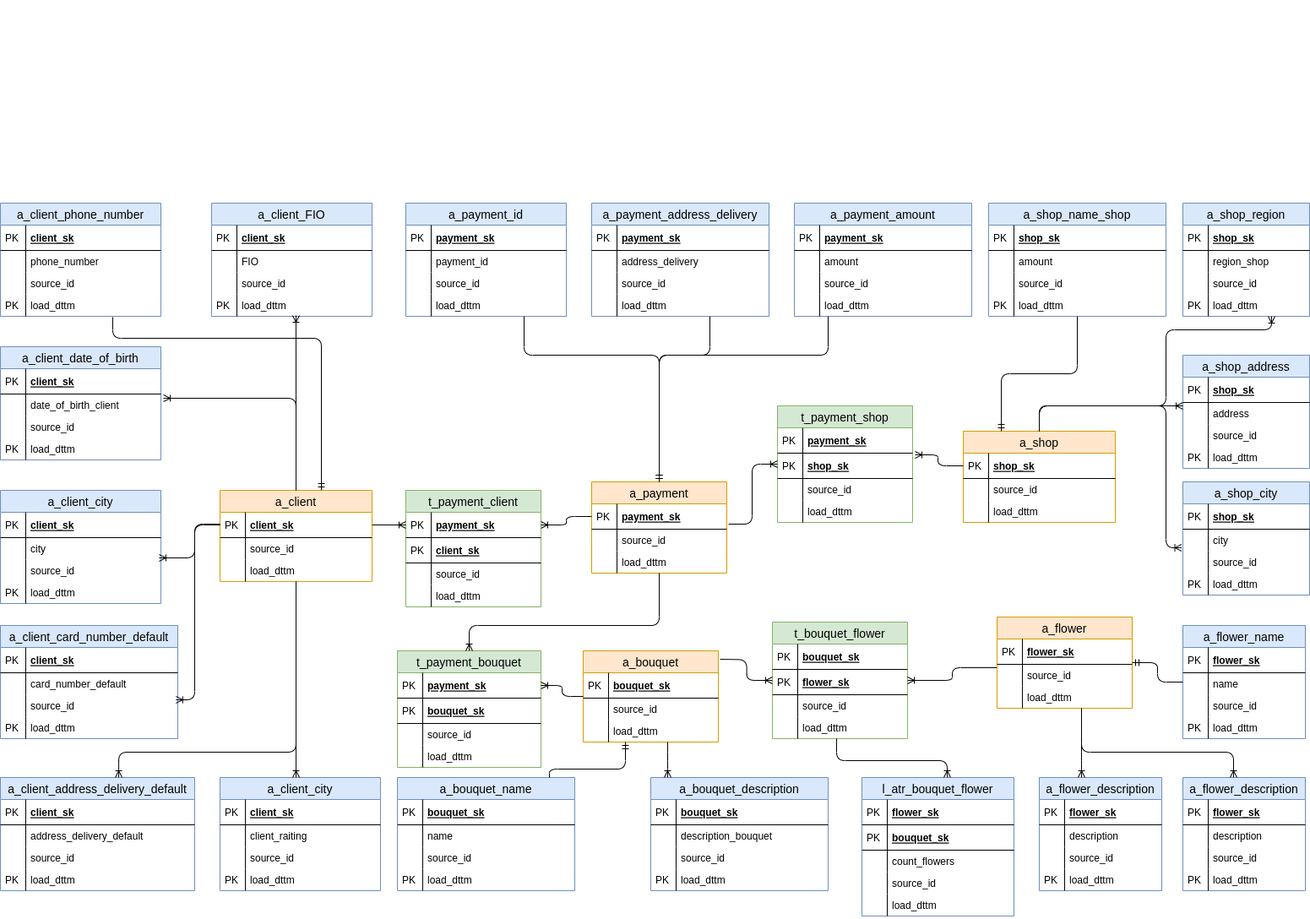
Earlier version of the draw.io export доставка цветов-Anchor modeling.drawio.png (PPPirogov/Karpov_course). Source tidied: cells renumbered, new cells last; positions are measured from the earlier drawing's top-left corner, leaving out a move shared by most shapes.
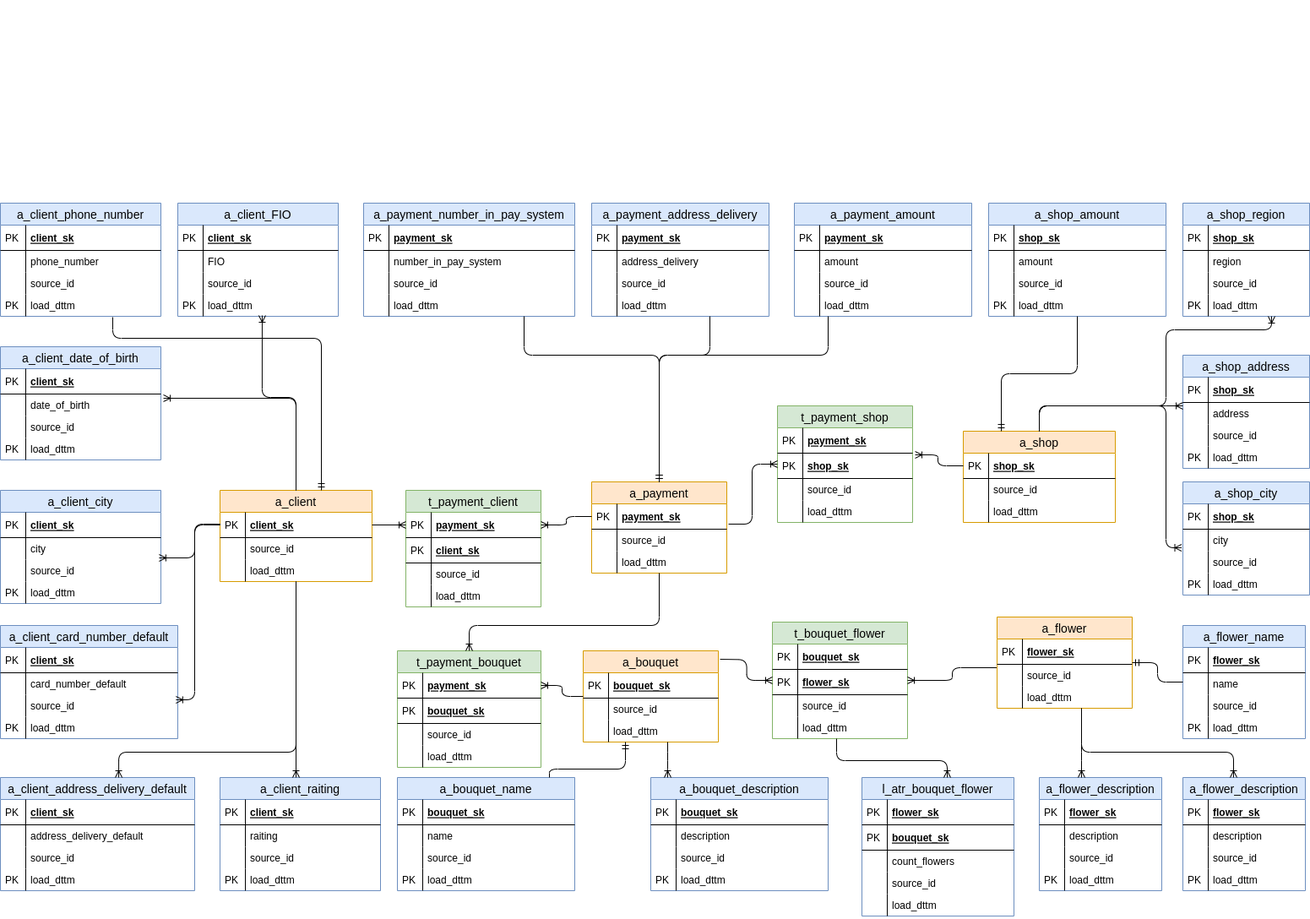
Later version of the same file.

Change to the diagram source:
```diff
@@ -51,7 +51,7 @@
       <mxGeometry width="30" height="26" as="geometry" />
     </mxCell>
     <mxCell id="18" value="a_client_FIO" style="swimlane;fontStyle=0;horizontal=1;startSize=26;fillColor=#dae8fc;swimlaneFillColor=#ffffff;align=center;fontSize=14;strokeColor=#6c8ebf;" parent="1" vertex="1">
-      <mxGeometry x="250" y="240" width="190" height="134" as="geometry" />
+      <mxGeometry x="210" y="240" width="190" height="134" as="geometry" />
     </mxCell>
     <mxCell id="19" value="client_sk" style="shape=partialRectangle;top=0;left=0;right=0;bottom=1;align=left;verticalAlign=middle;fillColor=none;spacingLeft=34;spacingRight=4;overflow=hidden;fontStyle=5;fontSize=12;" parent="18" vertex="1">
       <mxGeometry y="26" width="190" height="30" as="geometry" />
@@ -86,7 +86,7 @@
     <mxCell id="29" value="PK" style="shape=partialRectangle;top=0;left=0;bottom=0;fillColor=none;align=left;verticalAlign=middle;spacingLeft=4;spacingRight=4;overflow=hidden;fontSize=12;" parent="28" vertex="1">
       <mxGeometry width="30" height="30" as="geometry" />
     </mxCell>
-    <mxCell id="30" value="date_of_birth_client" style="shape=partialRectangle;top=0;left=0;right=0;bottom=0;align=left;verticalAlign=top;fillColor=none;spacingLeft=34;spacingRight=4;overflow=hidden;points=[[0,0.5],[1,0.5]];portConstraint=eastwest;fontSize=12;" parent="27" vertex="1">
+    <mxCell id="30" value="date_of_birth" style="shape=partialRectangle;top=0;left=0;right=0;bottom=0;align=left;verticalAlign=top;fillColor=none;spacingLeft=34;spacingRight=4;overflow=hidden;points=[[0,0.5],[1,0.5]];portConstraint=eastwest;fontSize=12;" parent="27" vertex="1">
       <mxGeometry y="56" width="190" height="26" as="geometry" />
     </mxCell>
     <mxCell id="31" style="shape=partialRectangle;top=0;left=0;bottom=0;fillColor=none;align=left;verticalAlign=top;spacingLeft=4;spacingRight=4;overflow=hidden;fontSize=12;" parent="30" vertex="1">
@@ -185,7 +185,7 @@
     <mxCell id="62" value="PK" style="shape=partialRectangle;top=0;left=0;bottom=0;fillColor=none;align=left;verticalAlign=top;spacingLeft=4;spacingRight=4;overflow=hidden;fontSize=12;" parent="61" vertex="1">
       <mxGeometry width="30" height="26" as="geometry" />
     </mxCell>
-    <mxCell id="63" value="a_client_city" style="swimlane;fontStyle=0;horizontal=1;startSize=26;fillColor=#dae8fc;swimlaneFillColor=#ffffff;align=center;fontSize=14;strokeColor=#6c8ebf;" parent="1" vertex="1">
+    <mxCell id="63" value="a_client_raiting" style="swimlane;fontStyle=0;horizontal=1;startSize=26;fillColor=#dae8fc;swimlaneFillColor=#ffffff;align=center;fontSize=14;strokeColor=#6c8ebf;" parent="1" vertex="1">
       <mxGeometry x="260" y="920" width="190" height="134" as="geometry" />
     </mxCell>
     <mxCell id="64" value="client_sk" style="shape=partialRectangle;top=0;left=0;right=0;bottom=1;align=left;verticalAlign=middle;fillColor=none;spacingLeft=34;spacingRight=4;overflow=hidden;fontStyle=5;fontSize=12;" parent="63" vertex="1">
@@ -194,7 +194,7 @@
     <mxCell id="65" value="PK" style="shape=partialRectangle;top=0;left=0;bottom=0;fillColor=none;align=left;verticalAlign=middle;spacingLeft=4;spacingRight=4;overflow=hidden;fontSize=12;" parent="64" vertex="1">
       <mxGeometry width="30" height="30" as="geometry" />
     </mxCell>
-    <mxCell id="66" value="client_raiting" style="shape=partialRectangle;top=0;left=0;right=0;bottom=0;align=left;verticalAlign=top;fillColor=none;spacingLeft=34;spacingRight=4;overflow=hidden;fontSize=12;" parent="63" vertex="1">
+    <mxCell id="66" value="raiting" style="shape=partialRectangle;top=0;left=0;right=0;bottom=0;align=left;verticalAlign=top;fillColor=none;spacingLeft=34;spacingRight=4;overflow=hidden;fontSize=12;" parent="63" vertex="1">
       <mxGeometry y="56" width="190" height="26" as="geometry" />
     </mxCell>
     <mxCell id="67" style="shape=partialRectangle;top=0;left=0;bottom=0;fillColor=none;align=left;verticalAlign=top;spacingLeft=4;spacingRight=4;overflow=hidden;fontSize=12;" parent="66" vertex="1">
@@ -213,7 +213,12 @@
       <mxGeometry width="30" height="26" as="geometry" />
     </mxCell>
     <mxCell id="72" style="edgeStyle=orthogonalEdgeStyle;fontSize=12;html=1;endArrow=ERoneToMany;elbow=vertical;entryX=0.526;entryY=0.962;entryDx=0;entryDy=0;entryPerimeter=0;exitX=0.5;exitY=0;exitDx=0;exitDy=0;" parent="1" edge="1" source="2" target="25">
-      <mxGeometry relative="1" as="geometry" />
+      <mxGeometry relative="1" as="geometry">
+        <Array as="points">
+          <mxPoint x="350" y="470" />
+          <mxPoint x="310" y="470" />
+        </Array>
+      </mxGeometry>
     </mxCell>
     <mxCell id="73" style="edgeStyle=orthogonalEdgeStyle;fontSize=12;html=1;endArrow=ERoneToMany;elbow=vertical;entryX=1.016;entryY=0.192;entryDx=0;entryDy=0;entryPerimeter=0;" parent="1" edge="1" source="2" target="30">
       <mxGeometry relative="1" as="geometry">
@@ -306,29 +311,29 @@
     <mxCell id="95" style="edgeStyle=orthogonalEdgeStyle;fontSize=12;html=1;endArrow=ERoneToMany;elbow=vertical;exitX=0;exitY=0.5;exitDx=0;exitDy=0;" parent="1" edge="1" source="88" target="79">
       <mxGeometry relative="1" as="geometry" />
     </mxCell>
-    <mxCell id="96" value="a_payment_id" style="swimlane;fontStyle=0;horizontal=1;startSize=26;fillColor=#dae8fc;swimlaneFillColor=#ffffff;align=center;fontSize=14;strokeColor=#6c8ebf;" parent="1" vertex="1">
-      <mxGeometry x="480" y="240" width="190" height="134" as="geometry" />
+    <mxCell id="96" value="a_payment_number_in_pay_system" style="swimlane;fontStyle=0;horizontal=1;startSize=26;fillColor=#dae8fc;swimlaneFillColor=#ffffff;align=center;fontSize=14;strokeColor=#6c8ebf;" parent="1" vertex="1">
+      <mxGeometry x="430" y="240" width="250" height="134" as="geometry" />
     </mxCell>
     <mxCell id="97" value="payment_sk" style="shape=partialRectangle;top=0;left=0;right=0;bottom=1;align=left;verticalAlign=middle;fillColor=none;spacingLeft=34;spacingRight=4;overflow=hidden;fontStyle=5;fontSize=12;" parent="96" vertex="1">
-      <mxGeometry y="26" width="190" height="30" as="geometry" />
+      <mxGeometry y="26" width="250" height="30" as="geometry" />
     </mxCell>
     <mxCell id="98" value="PK" style="shape=partialRectangle;top=0;left=0;bottom=0;fillColor=none;align=left;verticalAlign=middle;spacingLeft=4;spacingRight=4;overflow=hidden;fontSize=12;" parent="97" vertex="1">
       <mxGeometry width="30" height="30" as="geometry" />
     </mxCell>
-    <mxCell id="99" value="payment_id" style="shape=partialRectangle;top=0;left=0;right=0;bottom=0;align=left;verticalAlign=top;fillColor=none;spacingLeft=34;spacingRight=4;overflow=hidden;fontSize=12;" parent="96" vertex="1">
-      <mxGeometry y="56" width="190" height="26" as="geometry" />
+    <mxCell id="99" value="number_in_pay_system" style="shape=partialRectangle;top=0;left=0;right=0;bottom=0;align=left;verticalAlign=top;fillColor=none;spacingLeft=34;spacingRight=4;overflow=hidden;fontSize=12;" parent="96" vertex="1">
+      <mxGeometry y="56" width="250" height="26" as="geometry" />
     </mxCell>
     <mxCell id="100" style="shape=partialRectangle;top=0;left=0;bottom=0;fillColor=none;align=left;verticalAlign=top;spacingLeft=4;spacingRight=4;overflow=hidden;fontSize=12;" parent="99" vertex="1">
       <mxGeometry width="30" height="26" as="geometry" />
     </mxCell>
     <mxCell id="101" value="source_id" style="shape=partialRectangle;top=0;left=0;right=0;bottom=0;align=left;verticalAlign=top;fillColor=none;spacingLeft=34;spacingRight=4;overflow=hidden;fontSize=12;" parent="96" vertex="1">
-      <mxGeometry y="82" width="190" height="26" as="geometry" />
+      <mxGeometry y="82" width="250" height="26" as="geometry" />
     </mxCell>
     <mxCell id="102" style="shape=partialRectangle;top=0;left=0;bottom=0;fillColor=none;align=left;verticalAlign=top;spacingLeft=4;spacingRight=4;overflow=hidden;fontSize=12;" parent="101" vertex="1">
       <mxGeometry width="30" height="26" as="geometry" />
     </mxCell>
     <mxCell id="103" value="load_dttm" style="shape=partialRectangle;top=0;left=0;right=0;bottom=0;align=left;verticalAlign=top;fillColor=none;spacingLeft=34;spacingRight=4;overflow=hidden;fontSize=12;" parent="96" vertex="1">
-      <mxGeometry y="108" width="190" height="26" as="geometry" />
+      <mxGeometry y="108" width="250" height="26" as="geometry" />
     </mxCell>
     <mxCell id="104" style="shape=partialRectangle;top=0;left=0;bottom=0;fillColor=none;align=left;verticalAlign=top;spacingLeft=4;spacingRight=4;overflow=hidden;fontSize=12;" parent="103" vertex="1">
       <mxGeometry width="30" height="26" as="geometry" />
@@ -441,7 +446,7 @@
     <mxCell id="140" style="fontSize=12;html=1;endArrow=ERoneToMany;elbow=vertical;exitX=1.013;exitY=0.8;exitDx=0;exitDy=0;exitPerimeter=0;edgeStyle=orthogonalEdgeStyle;" parent="1" edge="1" source="88" target="123">
       <mxGeometry relative="1" as="geometry" />
     </mxCell>
-    <mxCell id="141" value="a_shop_name_shop" style="swimlane;fontStyle=0;horizontal=1;startSize=26;fillColor=#dae8fc;swimlaneFillColor=#ffffff;align=center;fontSize=14;strokeColor=#6c8ebf;" parent="1" vertex="1">
+    <mxCell id="141" value="a_shop_amount" style="swimlane;fontStyle=0;horizontal=1;startSize=26;fillColor=#dae8fc;swimlaneFillColor=#ffffff;align=center;fontSize=14;strokeColor=#6c8ebf;" parent="1" vertex="1">
       <mxGeometry x="1170" y="240" width="210" height="134" as="geometry" />
     </mxCell>
     <mxCell id="142" value="shop_sk" style="shape=partialRectangle;top=0;left=0;right=0;bottom=1;align=left;verticalAlign=middle;fillColor=none;spacingLeft=34;spacingRight=4;overflow=hidden;fontStyle=5;fontSize=12;" parent="141" vertex="1">
@@ -477,7 +482,7 @@
     <mxCell id="152" value="PK" style="shape=partialRectangle;top=0;left=0;bottom=0;fillColor=none;align=left;verticalAlign=middle;spacingLeft=4;spacingRight=4;overflow=hidden;fontSize=12;" parent="151" vertex="1">
       <mxGeometry width="30" height="30" as="geometry" />
     </mxCell>
-    <mxCell id="153" value="region_shop" style="shape=partialRectangle;top=0;left=0;right=0;bottom=0;align=left;verticalAlign=top;fillColor=none;spacingLeft=34;spacingRight=4;overflow=hidden;fontSize=12;" parent="150" vertex="1">
+    <mxCell id="153" value="region" style="shape=partialRectangle;top=0;left=0;right=0;bottom=0;align=left;verticalAlign=top;fillColor=none;spacingLeft=34;spacingRight=4;overflow=hidden;fontSize=12;" parent="150" vertex="1">
       <mxGeometry y="56" width="150" height="26" as="geometry" />
     </mxCell>
     <mxCell id="154" style="shape=partialRectangle;top=0;left=0;bottom=0;fillColor=none;align=left;verticalAlign=top;spacingLeft=4;spacingRight=4;overflow=hidden;fontSize=12;" parent="153" vertex="1">
@@ -661,7 +666,7 @@
     <mxCell id="208" value="PK" style="shape=partialRectangle;top=0;left=0;bottom=0;fillColor=none;align=left;verticalAlign=middle;spacingLeft=4;spacingRight=4;overflow=hidden;fontSize=12;" parent="207" vertex="1">
       <mxGeometry width="30" height="30" as="geometry" />
     </mxCell>
-    <mxCell id="209" value="description_bouquet" style="shape=partialRectangle;top=0;left=0;right=0;bottom=0;align=left;verticalAlign=top;fillColor=none;spacingLeft=34;spacingRight=4;overflow=hidden;fontSize=12;" parent="206" vertex="1">
+    <mxCell id="209" value="description" style="shape=partialRectangle;top=0;left=0;right=0;bottom=0;align=left;verticalAlign=top;fillColor=none;spacingLeft=34;spacingRight=4;overflow=hidden;fontSize=12;" parent="206" vertex="1">
       <mxGeometry y="56" width="210" height="26" as="geometry" />
     </mxCell>
     <mxCell id="210" style="shape=partialRectangle;top=0;left=0;bottom=0;fillColor=none;align=left;verticalAlign=top;spacingLeft=4;spacingRight=4;overflow=hidden;fontSize=12;" parent="209" vertex="1">
```
